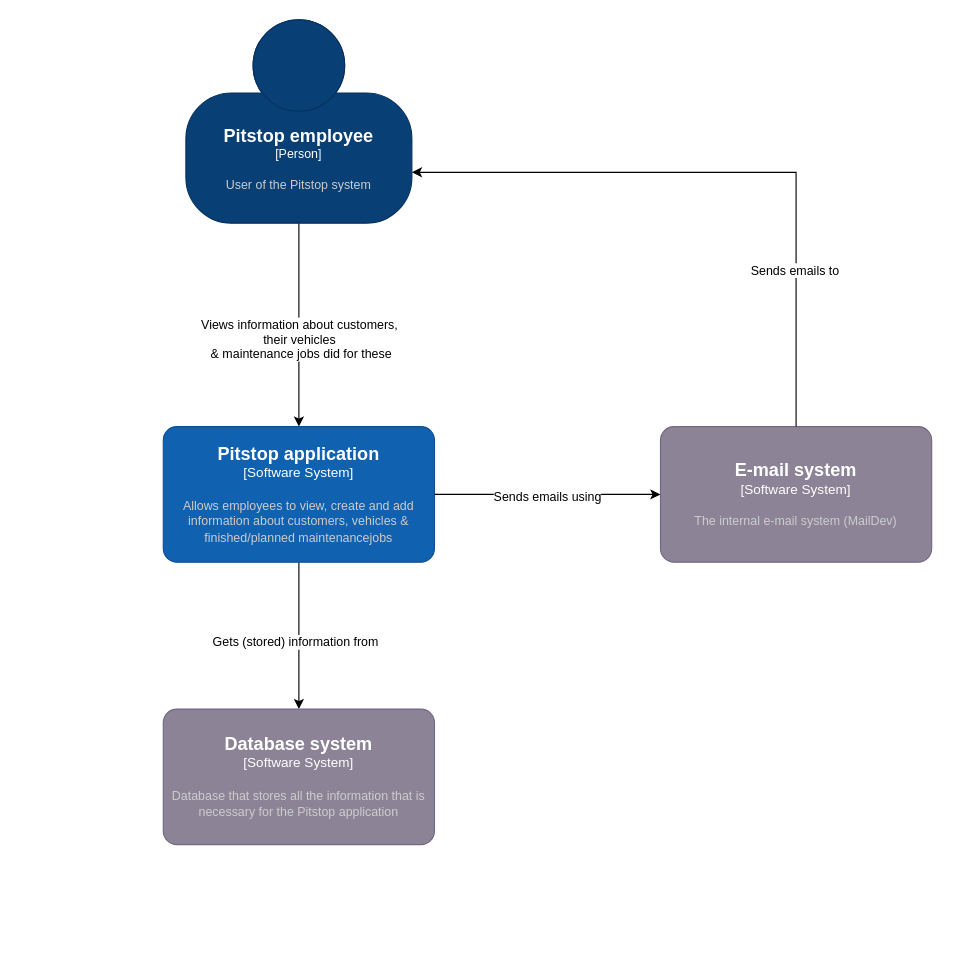
Above: page "C4-system_context" (1 of 3) of docs/c4 model/c4-pitstop.drawio in hanaim-devops/han-aim-minor-devops-2024-devops-bp-pitstop-uitbreiding-pitstop (draw.io), before the change. Source tidied: cells renumbered, new cells numbered last; positions are measured from the earlier drawing's top-left corner, leaving out a move shared by most shapes. Both pictures are drawn from the tidied source at 113%, with x=0, y=0 at pixel (163, 19).
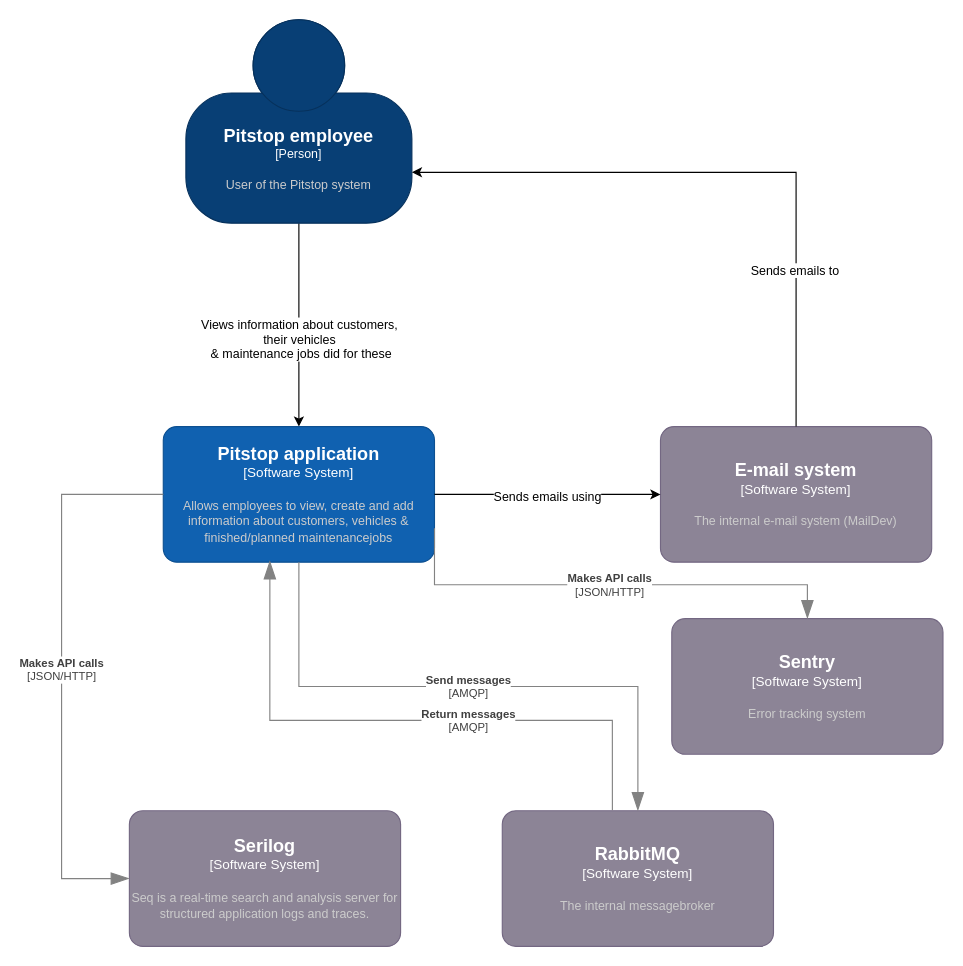
After the change.

The change refers to these unchanged cells:
```xml
<object id="8" label="&lt;font style=&quot;font-size: 16px&quot;&gt;&lt;b&gt;%c4Name%&lt;/b&gt;&lt;/font&gt;&lt;div&gt;[%c4Type%]&lt;/div&gt;&lt;br&gt;&lt;div&gt;&lt;font style=&quot;font-size: 11px&quot;&gt;&lt;font color=&quot;#cccccc&quot;&gt;%c4Description%&lt;/font&gt;&lt;/div&gt;" c4Description="Allows employees to view, create and add information about customers, vehicles &amp; finished/planned maintenancejobs " c4Name="Pitstop application" c4Type="Software System" placeholders="1">
  <mxCell style="rounded=1;whiteSpace=wrap;html=1;labelBackgroundColor=none;fillColor=#1061B0;fontColor=#ffffff;align=center;arcSize=10;strokeColor=#0D5091;points=[[0.25,0,0],[0.5,0,0],[0.75,0,0],[1,0.25,0],[1,0.5,0],[1,0.75,0],[0.75,1,0],[0.5,1,0],[0.25,1,0],[0,0.75,0],[0,0.5,0],[0,0.25,0]];" parent="1" vertex="1">
    <mxGeometry y="360" width="240" height="120" as="geometry" />
  </mxCell>
</object>
```

Change to the diagram source:
```diff
@@
-    <mxCell id="6" style="edgeStyle=orthogonalEdgeStyle;rounded=0;jettySize=auto;html=1;exitX=0.5;exitY=1;exitDx=0;exitDy=0;exitPerimeter=0;" parent="1" edge="1" source="8" target="13">
-      <mxGeometry relative="1" as="geometry" />
-    </mxCell>
-    <mxCell id="7" value="Gets (stored) information from" style="edgeLabel;html=1;align=center;verticalAlign=middle;" parent="6" vertex="1">
-      <mxGeometry x="0.09" y="-4" relative="1" as="geometry">
-        <mxPoint y="-1" as="offset" />
-      </mxGeometry>
-    </mxCell>
@@
-    <object id="13" label="&lt;font style=&quot;font-size: 16px&quot;&gt;&lt;b&gt;%c4Name%&lt;/b&gt;&lt;/font&gt;&lt;div&gt;[%c4Type%]&lt;/div&gt;&lt;br&gt;&lt;div&gt;&lt;font style=&quot;font-size: 11px&quot;&gt;&lt;font color=&quot;#cccccc&quot;&gt;%c4Description%&lt;/font&gt;&lt;/div&gt;" c4Description="Database that stores all the information that is necessary for the Pitstop application" c4Name="Database system" c4Type="Software System" placeholders="1">
-      <mxCell style="rounded=1;whiteSpace=wrap;html=1;labelBackgroundColor=none;fillColor=#8C8496;fontColor=#ffffff;align=center;arcSize=10;strokeColor=#736782;points=[[0.25,0,0],[0.5,0,0],[0.75,0,0],[1,0.25,0],[1,0.5,0],[1,0.75,0],[0.75,1,0],[0.5,1,0],[0.25,1,0],[0,0.75,0],[0,0.5,0],[0,0.25,0]];" parent="1" vertex="1">
-        <mxGeometry y="610" width="240" height="120" as="geometry" />
-      </mxCell>
-    </object>
+    <object id="14" label="&lt;font style=&quot;font-size: 16px&quot;&gt;&lt;b&gt;%c4Name%&lt;/b&gt;&lt;/font&gt;&lt;div&gt;[%c4Type%]&lt;/div&gt;&lt;br&gt;&lt;div&gt;&lt;font style=&quot;font-size: 11px&quot;&gt;&lt;font color=&quot;#cccccc&quot;&gt;%c4Description%&lt;/font&gt;&lt;/div&gt;" c4Description="Seq is a real-time search and analysis server for structured application logs and traces." c4Name="Serilog" c4Type="Software System" placeholders="1">
+      <mxCell style="rounded=1;whiteSpace=wrap;html=1;labelBackgroundColor=none;fillColor=#8C8496;fontColor=#ffffff;align=center;arcSize=10;strokeColor=#736782;points=[[0.25,0,0],[0.5,0,0],[0.75,0,0],[1,0.25,0],[1,0.5,0],[1,0.75,0],[0.75,1,0],[0.5,1,0],[0.25,1,0],[0,0.75,0],[0,0.5,0],[0,0.25,0]];" parent="1" vertex="1">
+        <mxGeometry x="-30" y="700" width="240" height="120" as="geometry" />
+      </mxCell>
+    </object>
+    <object id="15" label="&lt;font style=&quot;font-size: 16px&quot;&gt;&lt;b&gt;%c4Name%&lt;/b&gt;&lt;/font&gt;&lt;div&gt;[%c4Type%]&lt;/div&gt;&lt;br&gt;&lt;div&gt;&lt;font style=&quot;font-size: 11px&quot;&gt;&lt;font color=&quot;#cccccc&quot;&gt;%c4Description%&lt;/font&gt;&lt;/div&gt;" c4Description="The internal messagebroker" c4Name="RabbitMQ" c4Type="Software System" placeholders="1">
+      <mxCell style="rounded=1;whiteSpace=wrap;html=1;labelBackgroundColor=none;fillColor=#8C8496;fontColor=#ffffff;align=center;arcSize=10;strokeColor=#736782;points=[[0.25,0,0],[0.5,0,0],[0.75,0,0],[1,0.25,0],[1,0.5,0],[1,0.75,0],[0.75,1,0],[0.5,1,0],[0.25,1,0],[0,0.75,0],[0,0.5,0],[0,0.25,0]];" parent="1" vertex="1">
+        <mxGeometry x="300" y="700" width="240" height="120" as="geometry" />
+      </mxCell>
+    </object>
+    <object id="16" label="&lt;div style=&quot;text-align: left&quot;&gt;&lt;div style=&quot;text-align: center&quot;&gt;&lt;b&gt;%c4Description%&lt;/b&gt;&lt;/div&gt;&lt;div style=&quot;text-align: center&quot;&gt;[%c4Technology%]&lt;/div&gt;&lt;/div&gt;" c4Description="Makes API calls" c4Technology="JSON/HTTP" placeholders="1">
+      <mxCell style="endArrow=blockThin;html=1;fontSize=10;fontColor=#404040;strokeWidth=1;endFill=1;strokeColor=#828282;elbow=vertical;endSize=14;startSize=14;jumpStyle=arc;jumpSize=16;rounded=0;edgeStyle=orthogonalEdgeStyle;exitX=0;exitY=0.5;exitDx=0;exitDy=0;exitPerimeter=0;entryX=0;entryY=0.5;entryDx=0;entryDy=0;entryPerimeter=0;" parent="1" edge="1" source="8" target="14">
+        <mxGeometry relative="1" as="geometry">
+          <Array as="points">
+            <mxPoint x="-90" y="420" />
+            <mxPoint x="-90" y="760" />
+          </Array>
+        </mxGeometry>
+      </mxCell>
+    </object>
+    <object id="17" label="&lt;div style=&quot;text-align: left&quot;&gt;&lt;div style=&quot;text-align: center&quot;&gt;&lt;b&gt;%c4Description%&lt;/b&gt;&lt;/div&gt;&lt;div style=&quot;text-align: center&quot;&gt;[%c4Technology%]&lt;/div&gt;&lt;/div&gt;" c4Description="Send messages" c4Technology="AMQP" placeholders="1">
+      <mxCell style="endArrow=blockThin;html=1;fontSize=10;fontColor=#404040;strokeWidth=1;endFill=1;strokeColor=#828282;elbow=vertical;endSize=14;startSize=14;jumpStyle=arc;jumpSize=16;rounded=0;edgeStyle=orthogonalEdgeStyle;exitX=0.5;exitY=1;exitDx=0;exitDy=0;exitPerimeter=0;entryX=0.5;entryY=0;entryDx=0;entryDy=0;entryPerimeter=0;" parent="1" edge="1" source="8" target="15">
+        <mxGeometry relative="1" as="geometry" />
+      </mxCell>
+    </object>
+    <object id="18" label="&lt;div style=&quot;text-align: left&quot;&gt;&lt;div style=&quot;text-align: center&quot;&gt;&lt;b&gt;%c4Description%&lt;/b&gt;&lt;/div&gt;&lt;div style=&quot;text-align: center&quot;&gt;[%c4Technology%]&lt;/div&gt;&lt;/div&gt;" c4Description="Return messages" c4Technology="AMQP" placeholders="1">
+      <mxCell style="endArrow=blockThin;html=1;fontSize=10;fontColor=#404040;strokeWidth=1;endFill=1;strokeColor=#828282;elbow=vertical;endSize=14;startSize=14;jumpStyle=arc;jumpSize=16;rounded=0;edgeStyle=orthogonalEdgeStyle;entryX=0.393;entryY=0.99;entryDx=0;entryDy=0;entryPerimeter=0;exitX=0.406;exitY=-0.003;exitDx=0;exitDy=0;exitPerimeter=0;" parent="1" edge="1" source="15" target="8">
+        <mxGeometry x="-0.21" relative="1" as="geometry">
+          <Array as="points">
+            <mxPoint x="397" y="620" />
+            <mxPoint x="94" y="620" />
+          </Array>
+        </mxGeometry>
+      </mxCell>
+    </object>
+    <object id="19" label="&lt;font style=&quot;font-size: 16px&quot;&gt;&lt;b&gt;%c4Name%&lt;/b&gt;&lt;/font&gt;&lt;div&gt;[%c4Type%]&lt;/div&gt;&lt;br&gt;&lt;div&gt;&lt;font style=&quot;font-size: 11px&quot;&gt;&lt;font color=&quot;#cccccc&quot;&gt;%c4Description%&lt;/font&gt;&lt;/div&gt;" c4Description="Error tracking system" c4Name="Sentry" c4Type="Software System" placeholders="1">
+      <mxCell style="rounded=1;whiteSpace=wrap;html=1;labelBackgroundColor=none;fillColor=#8C8496;fontColor=#ffffff;align=center;arcSize=10;strokeColor=#736782;points=[[0.25,0,0],[0.5,0,0],[0.75,0,0],[1,0.25,0],[1,0.5,0],[1,0.75,0],[0.75,1,0],[0.5,1,0],[0.25,1,0],[0,0.75,0],[0,0.5,0],[0,0.25,0]];" parent="1" vertex="1">
+        <mxGeometry x="450" y="530" width="240" height="120" as="geometry" />
+      </mxCell>
+    </object>
+    <object id="20" label="&lt;div style=&quot;text-align: left&quot;&gt;&lt;div style=&quot;text-align: center&quot;&gt;&lt;b&gt;%c4Description%&lt;/b&gt;&lt;/div&gt;&lt;div style=&quot;text-align: center&quot;&gt;[%c4Technology%]&lt;/div&gt;&lt;/div&gt;" c4Description="Makes API calls" c4Technology="JSON/HTTP" placeholders="1">
+      <mxCell style="endArrow=blockThin;html=1;fontSize=10;fontColor=#404040;strokeWidth=1;endFill=1;strokeColor=#828282;elbow=vertical;endSize=14;startSize=14;jumpStyle=arc;jumpSize=16;rounded=0;edgeStyle=orthogonalEdgeStyle;exitX=1;exitY=0.75;exitDx=0;exitDy=0;exitPerimeter=0;entryX=0.5;entryY=0;entryDx=0;entryDy=0;entryPerimeter=0;" parent="1" edge="1" source="8" target="19">
+        <mxGeometry relative="1" as="geometry">
+          <Array as="points">
+            <mxPoint x="240" y="500" />
+            <mxPoint x="570" y="500" />
+          </Array>
+        </mxGeometry>
+      </mxCell>
+    </object>
```
